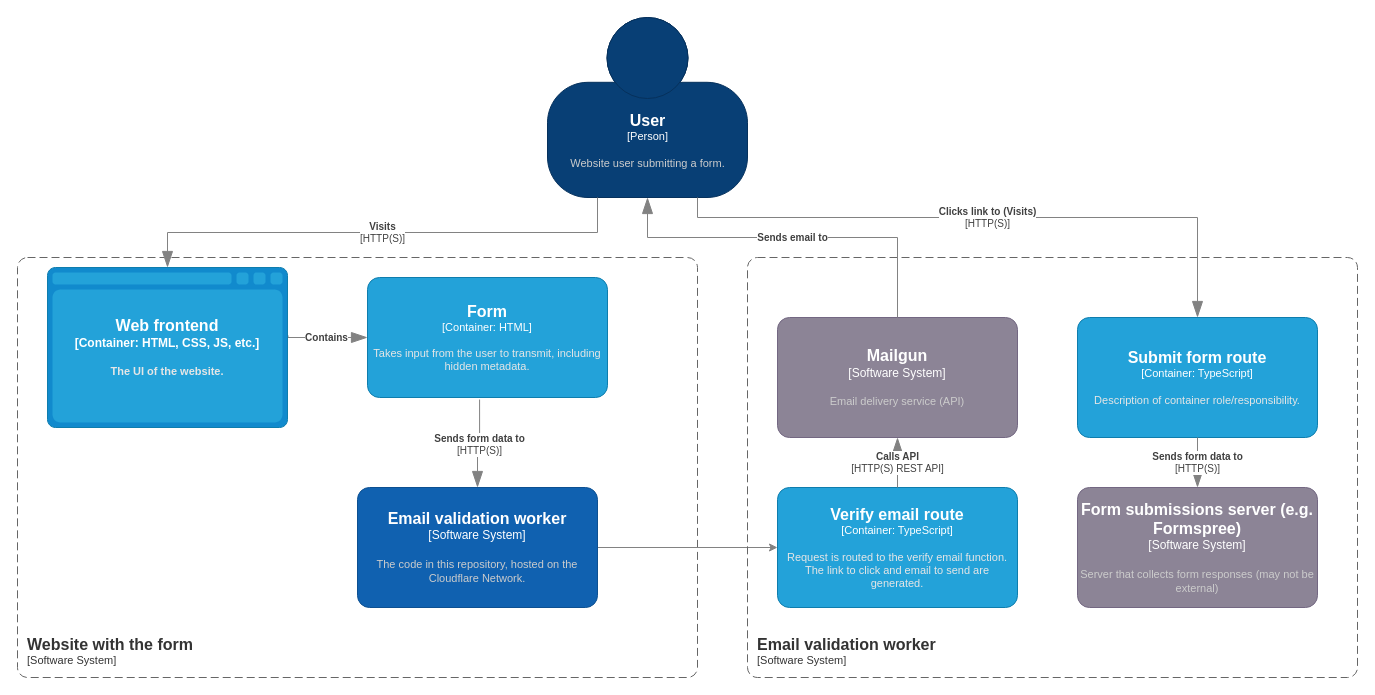
Above: assets/cf-email-validator-worker.drawio in workitmakeit/email-validator (draw.io), before the change. Source tidied: cells renumbered, new cells numbered last; positions are measured from the earlier drawing's top-left corner, leaving out a move shared by most shapes. Both pictures are drawn from the tidied source at 100%, with x=0, y=0 at pixel (17, 17).
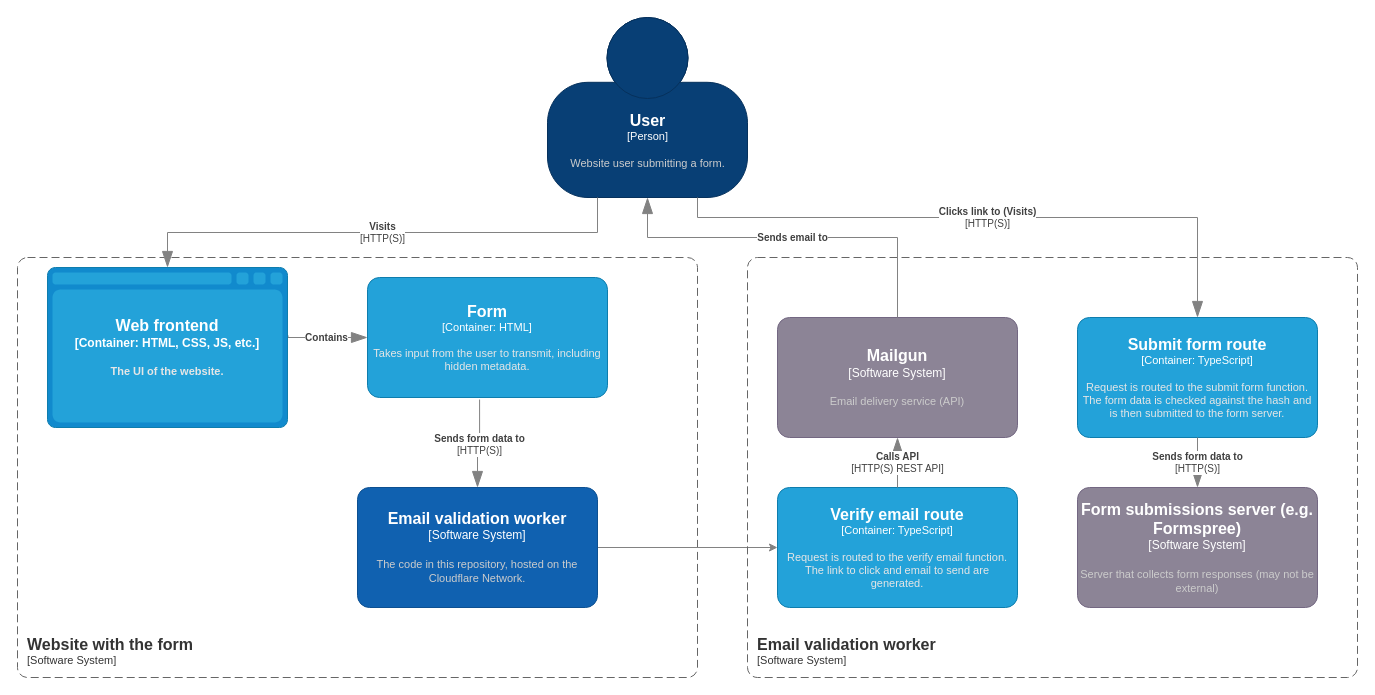
Above is the later version.

Commit message (it also covers changes not shown here):
improve diagram

What changed in the source:
```diff
@@
-    <object id="16" label="&lt;font style=&quot;font-size: 16px&quot;&gt;&lt;b&gt;%c4Name%&lt;/b&gt;&lt;/font&gt;&lt;div&gt;[%c4Type%: %c4Technology%]&lt;/div&gt;&lt;br&gt;&lt;div&gt;&lt;font style=&quot;font-size: 11px&quot;&gt;&lt;font color=&quot;#E6E6E6&quot;&gt;%c4Description%&lt;/font&gt;&lt;/div&gt;" c4Description="Description of container role/responsibility." c4Name="Submit form route" c4Technology="TypeScript" c4Type="Container" placeholders="1">
+    <object id="16" label="&lt;font style=&quot;font-size: 16px&quot;&gt;&lt;b&gt;%c4Name%&lt;/b&gt;&lt;/font&gt;&lt;div&gt;[%c4Type%: %c4Technology%]&lt;/div&gt;&lt;br&gt;&lt;div&gt;&lt;font style=&quot;font-size: 11px&quot;&gt;&lt;font color=&quot;#E6E6E6&quot;&gt;%c4Description%&lt;/font&gt;&lt;/div&gt;" c4Description="Request is routed to the submit form function. The form data is checked against the hash and is then submitted to the form server." c4Name="Submit form route" c4Technology="TypeScript" c4Type="Container" placeholders="1">
       <mxCell style="rounded=1;whiteSpace=wrap;html=1;fontSize=11;labelBackgroundColor=none;fillColor=#23A2D9;fontColor=#ffffff;align=center;arcSize=10;strokeColor=#0E7DAD;points=[[0.25,0,0],[0.5,0,0],[0.75,0,0],[1,0.25,0],[1,0.5,0],[1,0.75,0],[0.75,1,0],[0.5,1,0],[0.25,1,0],[0,0.75,0],[0,0.5,0],[0,0.25,0]];" parent="1" vertex="1">
         <mxGeometry x="1060" y="300" width="240" height="120" as="geometry" />
       </mxCell>
     </object>
```
